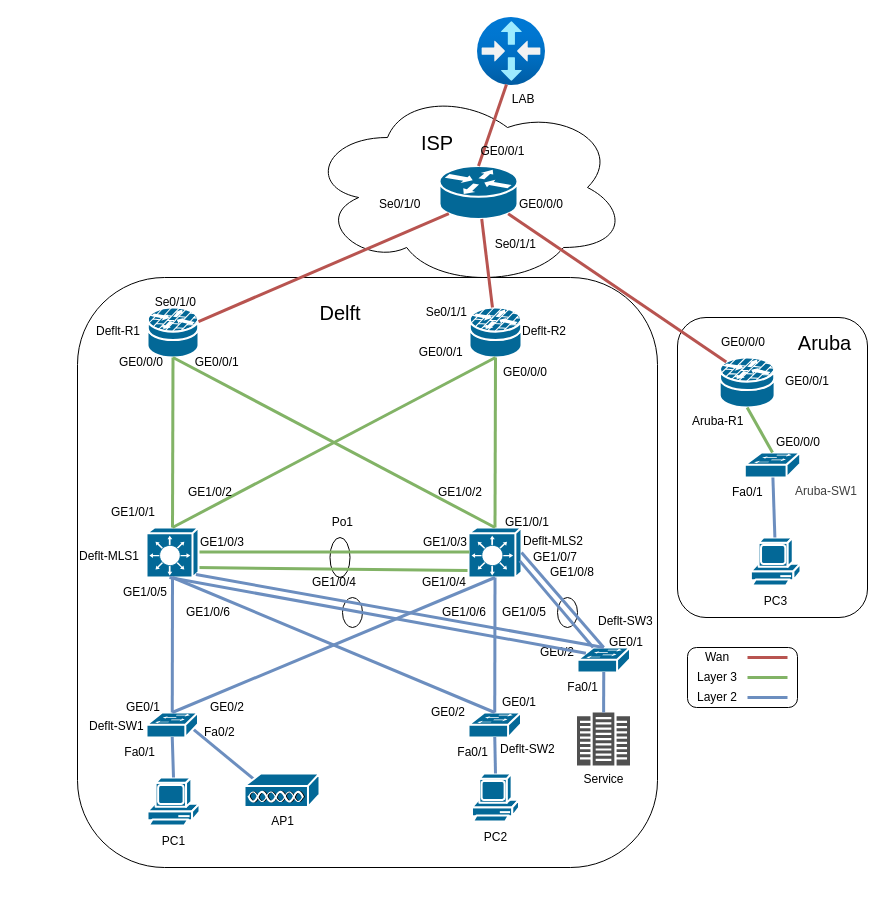
TomTheLEGEND23/HHS-TropoMetrics keeps this draw.io diagram as page "PoC-ontwerp" (5 of 5) of SFTP-NetConfigs/netwerkontwerp.drawio. Above is the earlier version. Source tidied: cells renumbered, new cells numbered last; positions are measured from the earlier drawing's top-left corner, leaving out a move shared by most shapes. Both pictures are drawn from the tidied source at 100%, with x=0, y=0 at pixel (17, 17).
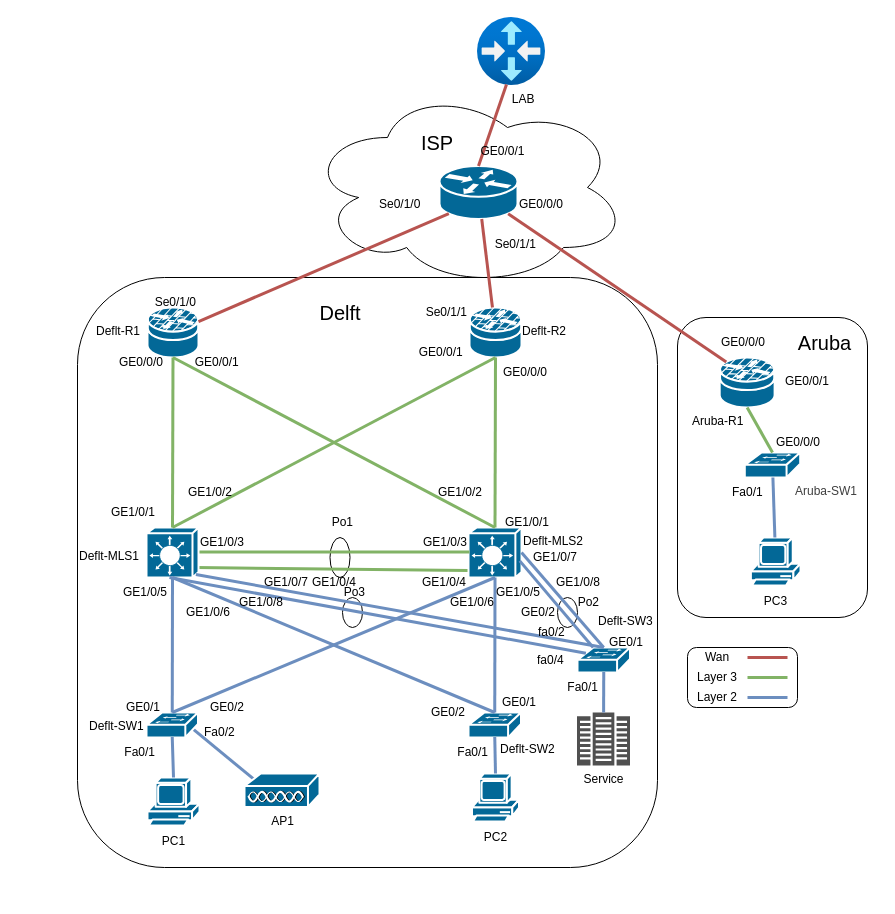
Above is the later version.

Commit message:
ontwerp correct gemaakt met interfaces

Unchanged cells that the change refers to:
```xml
<mxCell id="9" style="group;" parent="1" vertex="1">
  <mxGeometry y="260" width="670" height="620" as="geometry" />
</mxCell>
```

Change to the diagram source:
```diff
@@
     <mxCell id="56" value="&lt;div&gt;GE1/0/5&lt;/div&gt;" style="text;html=1;whiteSpace=wrap;strokeColor=none;fillColor=none;align=right;verticalAlign=middle;rounded=0;" parent="9" vertex="1">
-      <mxGeometry x="472.5" y="320" width="57.5" height="30" as="geometry" />
+      <mxGeometry x="467" y="300" width="57.5" height="30" as="geometry" />
     </mxCell>
     <mxCell id="57" value="GE1/0/6" style="text;html=1;whiteSpace=wrap;strokeColor=none;fillColor=none;align=left;verticalAlign=middle;rounded=0;" parent="9" vertex="1">
-      <mxGeometry x="422.5" y="320" width="50" height="30" as="geometry" />
+      <mxGeometry x="431" y="310" width="50" height="30" as="geometry" />
     </mxCell>
@@
     <mxCell id="67" value="&lt;div&gt;GE1/0/8&lt;/div&gt;" style="text;html=1;whiteSpace=wrap;strokeColor=none;fillColor=none;align=right;verticalAlign=middle;rounded=0;" parent="9" vertex="1">
-      <mxGeometry x="521.2" y="280" width="57.5" height="30" as="geometry" />
+      <mxGeometry x="526.5" y="290" width="57.5" height="30" as="geometry" />
     </mxCell>
     <mxCell id="68" value="GE0/2" style="text;html=1;whiteSpace=wrap;strokeColor=none;fillColor=none;align=left;verticalAlign=middle;rounded=0;" parent="9" vertex="1">
-      <mxGeometry x="521.2" y="370" width="50" height="10" as="geometry" />
+      <mxGeometry x="501.5" y="330" width="50" height="10" as="geometry" />
     </mxCell>
@@
+    <mxCell id="111" value="&lt;div&gt;GE1/0/8&lt;/div&gt;" style="text;html=1;whiteSpace=wrap;strokeColor=none;fillColor=none;align=right;verticalAlign=middle;rounded=0;" parent="9" vertex="1">
+      <mxGeometry x="210" y="310" width="57.5" height="30" as="geometry" />
+    </mxCell>
+    <mxCell id="112" value="&lt;div&gt;GE1/0/7&lt;/div&gt;" style="text;html=1;whiteSpace=wrap;strokeColor=none;fillColor=none;align=right;verticalAlign=middle;rounded=0;" parent="9" vertex="1">
+      <mxGeometry x="235" y="290" width="57.5" height="30" as="geometry" />
+    </mxCell>
+    <mxCell id="113" value="fa0/2" style="text;html=1;whiteSpace=wrap;strokeColor=none;fillColor=none;align=left;verticalAlign=middle;rounded=0;" parent="9" vertex="1">
+      <mxGeometry x="519" y="350" width="50" height="10" as="geometry" />
+    </mxCell>
+    <mxCell id="114" value="fa0/4" style="text;html=1;whiteSpace=wrap;strokeColor=none;fillColor=none;align=left;verticalAlign=middle;rounded=0;" parent="9" vertex="1">
+      <mxGeometry x="517.5" y="377.5" width="50" height="10" as="geometry" />
+    </mxCell>
+    <mxCell id="115" value="Po3" style="text;html=1;whiteSpace=wrap;strokeColor=none;fillColor=none;align=right;verticalAlign=middle;rounded=0;" parent="9" vertex="1">
+      <mxGeometry x="320" y="300" width="30" height="30" as="geometry" />
+    </mxCell>
+    <mxCell id="116" value="Po2" style="text;html=1;whiteSpace=wrap;strokeColor=none;fillColor=none;align=right;verticalAlign=middle;rounded=0;" parent="9" vertex="1">
+      <mxGeometry x="554" y="310" width="30" height="30" as="geometry" />
+    </mxCell>
```
